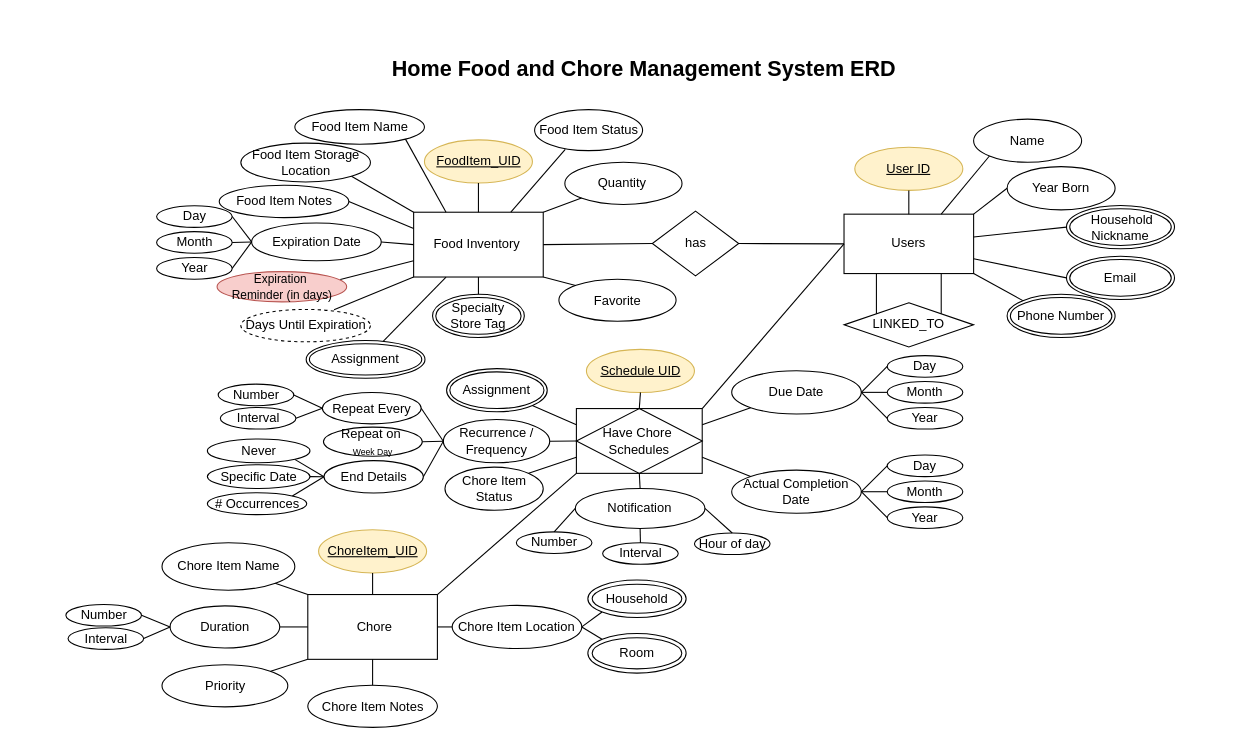
The draw.io diagram Assignment 2/Assignment2ERD.drawio in k-wtamu/CIDM6330, before the edit. Source tidied: cells renumbered, new cells numbered last; positions are measured from the earlier drawing's top-left corner, leaving out a move shared by most shapes. Both pictures are drawn from the tidied source at 108%, with x=0, y=0 at pixel (50, 48).
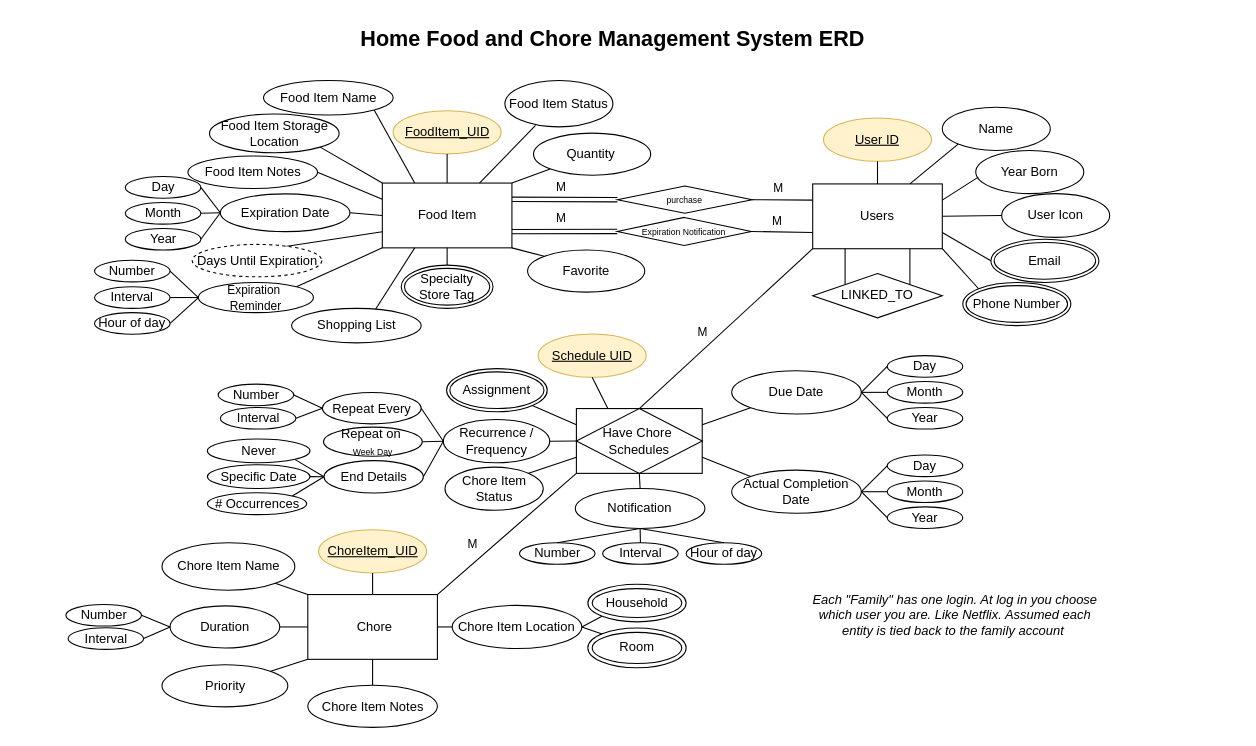
Above is the later version.

The change refers to these unchanged cells:
```xml
<mxCell id="71" value="Have Chore&amp;nbsp;&lt;div&gt;Schedules&lt;/div&gt;" style="shape=associativeEntity;whiteSpace=wrap;html=1;align=center;" parent="1" vertex="1">
  <mxGeometry x="487.2" y="333.8" width="116.5" height="60" as="geometry" />
</mxCell>
<mxCell id="74" style="endArrow=none;html=1;rounded=0;entryX=0;entryY=1;entryDx=0;entryDy=0;exitX=1;exitY=0;exitDx=0;exitDy=0;" parent="1" edge="1" source="3" target="71">
  <mxGeometry relative="1" as="geometry" />
</mxCell>
<mxCell id="98" value="Notification" style="ellipse;whiteSpace=wrap;html=1;" parent="1" vertex="1">
  <mxGeometry x="486.2" y="407.8" width="120" height="37" as="geometry" />
</mxCell>
```

Diff of the diagram source:
```diff
@@
     <mxCell id="2" value="Home Food and Chore Management System ERD" style="text;whiteSpace=wrap;fontStyle=1;fontSize=20;align=center;" parent="1" vertex="1">
-      <mxGeometry width="1100" height="40" as="geometry" />
+      <mxGeometry x="-29" y="-27" width="1100" height="40" as="geometry" />
     </mxCell>
@@
     <mxCell id="4" value="Expiration Date" style="ellipse;whiteSpace=wrap;html=1;" parent="1" vertex="1">
-      <mxGeometry x="186.5" y="162" width="120" height="35" as="geometry" />
+      <mxGeometry x="157.5" y="135" width="120" height="35" as="geometry" />
     </mxCell>
     <mxCell id="5" value="Day" style="ellipse;whiteSpace=wrap;html=1;" parent="1" vertex="1">
-      <mxGeometry x="98.5" y="146" width="70" height="20" as="geometry" />
+      <mxGeometry x="69.5" y="119" width="70" height="20" as="geometry" />
     </mxCell>
     <mxCell id="6" value="Month" style="ellipse;whiteSpace=wrap;html=1;" parent="1" vertex="1">
-      <mxGeometry x="98.5" y="170" width="70" height="20" as="geometry" />
+      <mxGeometry x="69.5" y="143" width="70" height="20" as="geometry" />
     </mxCell>
     <mxCell id="7" value="Year" style="ellipse;whiteSpace=wrap;html=1;" parent="1" vertex="1">
-      <mxGeometry x="98.5" y="194" width="70" height="20" as="geometry" />
+      <mxGeometry x="69.5" y="167" width="70" height="20" as="geometry" />
     </mxCell>
@@
     <mxCell id="11" value="Food Item Storage Location" style="ellipse;whiteSpace=wrap;html=1;" parent="1" vertex="1">
-      <mxGeometry x="176.5" y="88" width="120" height="36" as="geometry" />
+      <mxGeometry x="147.5" y="61" width="120" height="36" as="geometry" />
     </mxCell>
     <mxCell id="12" value="Food Item Name" style="ellipse;whiteSpace=wrap;html=1;" parent="1" vertex="1">
-      <mxGeometry x="226.5" y="57" width="120" height="32" as="geometry" />
+      <mxGeometry x="197.5" y="30" width="120" height="32" as="geometry" />
     </mxCell>
-    <mxCell id="13" value="Food Inventory&amp;nbsp;" style="rounded=0;whiteSpace=wrap;html=1;" parent="1" vertex="1">
-      <mxGeometry x="336.5" y="152" width="120" height="60" as="geometry" />
+    <mxCell id="13" value="Food Item" style="rounded=0;whiteSpace=wrap;html=1;" parent="1" vertex="1">
+      <mxGeometry x="307.5" y="125" width="120" height="60" as="geometry" />
     </mxCell>
     <mxCell id="14" value="Food Item Status" style="ellipse;whiteSpace=wrap;html=1;" parent="1" vertex="1">
-      <mxGeometry x="448.5" y="57" width="100" height="38" as="geometry" />
+      <mxGeometry x="421" y="30" width="100" height="43" as="geometry" />
     </mxCell>
@@
     <mxCell id="19" value="Food Item Notes" style="ellipse;whiteSpace=wrap;html=1;" parent="1" vertex="1">
-      <mxGeometry x="156.5" y="127" width="120" height="30" as="geometry" />
+      <mxGeometry x="127.5" y="100" width="120" height="30" as="geometry" />
     </mxCell>
     <mxCell id="20" value="FoodItem_UID" style="ellipse;whiteSpace=wrap;html=1;align=center;fontStyle=4;fillColor=#fff2cc;strokeColor=#d6b656;" parent="1" vertex="1">
-      <mxGeometry x="346.5" y="85" width="100" height="40" as="geometry" />
+      <mxGeometry x="317.5" y="58" width="100" height="40" as="geometry" />
     </mxCell>
-    <mxCell id="21" value="Days Until Expiration" style="ellipse;whiteSpace=wrap;html=1;align=center;dashed=1;" parent="1" vertex="1">
-      <mxGeometry x="176.5" y="242" width="120" height="30" as="geometry" />
-    </mxCell>
     <mxCell id="22" value="Users" style="rounded=0;whiteSpace=wrap;html=1;" parent="1" vertex="1">
-      <mxGeometry x="735" y="153.8" width="120" height="55" as="geometry" />
+      <mxGeometry x="706" y="125.8" width="120" height="60" as="geometry" />
     </mxCell>
     <mxCell id="23" value="Name" style="ellipse;whiteSpace=wrap;html=1;" parent="1" vertex="1">
-      <mxGeometry x="855" y="65.8" width="100" height="40" as="geometry" />
+      <mxGeometry x="826" y="54.8" width="100" height="40" as="geometry" />
     </mxCell>
     <mxCell id="24" value="Year Born" style="ellipse;whiteSpace=wrap;html=1;" parent="1" vertex="1">
-      <mxGeometry x="886" y="109.8" width="100" height="40" as="geometry" />
+      <mxGeometry x="857" y="94.8" width="100" height="40" as="geometry" />
     </mxCell>
     <mxCell id="25" value="Phone Number" style="ellipse;shape=doubleEllipse;margin=3;whiteSpace=wrap;html=1;align=center;" parent="1" vertex="1">
-      <mxGeometry x="886" y="228" width="100" height="40" as="geometry" />
+      <mxGeometry x="845" y="217" width="100" height="40" as="geometry" />
     </mxCell>
     <mxCell id="26" value="Email" style="ellipse;shape=doubleEllipse;margin=3;whiteSpace=wrap;html=1;align=center;" parent="1" vertex="1">
-      <mxGeometry x="941" y="192.8" width="100" height="40" as="geometry" />
+      <mxGeometry x="871" y="177" width="100" height="40" as="geometry" />
     </mxCell>
-    <mxCell id="27" value="&amp;nbsp;Household Nickname" style="ellipse;shape=doubleEllipse;margin=3;whiteSpace=wrap;html=1;align=center;" parent="1" vertex="1">
-      <mxGeometry x="941" y="145.8" width="100" height="40" as="geometry" />
-    </mxCell>
     <mxCell id="28" value="&lt;u&gt;User ID&lt;/u&gt;" style="ellipse;whiteSpace=wrap;html=1;align=center;fillColor=#fff2cc;strokeColor=#d6b656;" parent="1" vertex="1">
-      <mxGeometry x="745" y="91.8" width="100" height="40" as="geometry" />
+      <mxGeometry x="716" y="64.8" width="100" height="40" as="geometry" />
     </mxCell>
@@
-    <mxCell id="32" style="endArrow=none;html=1;rounded=0;entryX=0;entryY=0.5;entryDx=0;entryDy=0;exitX=1;exitY=0;exitDx=0;exitDy=0;" parent="1" edge="1" source="22" target="24">
+    <mxCell id="32" style="endArrow=none;html=1;rounded=0;entryX=0.023;entryY=0.618;entryDx=0;entryDy=0;exitX=1;exitY=0.25;exitDx=0;exitDy=0;entryPerimeter=0;" parent="1" edge="1" source="22" target="24">
       <mxGeometry relative="1" as="geometry" />
     </mxCell>
-    <mxCell id="33" style="endArrow=none;html=1;rounded=0;exitX=0;exitY=0.5;exitDx=0;exitDy=0;" parent="1" edge="1" source="27" target="22">
-      <mxGeometry relative="1" as="geometry" />
-    </mxCell>
@@
-    <mxCell id="35" value="has" style="shape=rhombus;perimeter=rhombusPerimeter;whiteSpace=wrap;html=1;align=center;" parent="1" vertex="1">
-      <mxGeometry x="557.5" y="151" width="80" height="60" as="geometry" />
+    <mxCell id="35" value="&lt;font style=&quot;font-size: 8px;&quot;&gt;purchase&lt;/font&gt;" style="shape=rhombus;perimeter=rhombusPerimeter;whiteSpace=wrap;html=1;align=center;" parent="1" vertex="1">
+      <mxGeometry x="525.2" y="127.8" width="124.8" height="25.2" as="geometry" />
     </mxCell>
     <mxCell id="36" value="Quantity&amp;nbsp;" style="ellipse;whiteSpace=wrap;html=1;" parent="1" vertex="1">
-      <mxGeometry x="476.5" y="105.8" width="108.5" height="39" as="geometry" />
+      <mxGeometry x="447.5" y="78.8" width="108.5" height="39" as="geometry" />
     </mxCell>
@@
     <mxCell id="55" value="Specialty Store Tag" style="ellipse;shape=doubleEllipse;margin=3;whiteSpace=wrap;html=1;align=center;" parent="1" vertex="1">
-      <mxGeometry x="354" y="228" width="85" height="40" as="geometry" />
+      <mxGeometry x="325" y="201" width="85" height="40" as="geometry" />
     </mxCell>
-    <mxCell id="56" value="Assignment" style="ellipse;shape=doubleEllipse;margin=3;whiteSpace=wrap;html=1;align=center;" parent="1" vertex="1">
-      <mxGeometry x="237" y="270.8" width="110" height="35" as="geometry" />
-    </mxCell>
     <mxCell id="57" value="LINKED_TO" style="shape=rhombus;perimeter=rhombusPerimeter;whiteSpace=wrap;html=1;align=center;" parent="1" vertex="1">
-      <mxGeometry x="735" y="235.8" width="120" height="41" as="geometry" />
+      <mxGeometry x="706" y="208.8" width="120" height="41" as="geometry" />
     </mxCell>
@@
-    <mxCell id="60" style="endArrow=none;html=1;rounded=0;entryX=0;entryY=0.5;entryDx=0;entryDy=0;exitX=1;exitY=0;exitDx=0;exitDy=0;" parent="1" edge="1" source="71" target="22">
+    <mxCell id="60" style="endArrow=none;html=1;rounded=0;entryX=0;entryY=1;entryDx=0;entryDy=0;exitX=0.5;exitY=0;exitDx=0;exitDy=0;" parent="1" edge="1" source="71" target="22">
       <mxGeometry relative="1" as="geometry" />
     </mxCell>
+    <mxCell id="125" value="M" style="edgeLabel;html=1;align=center;verticalAlign=middle;" parent="60" vertex="1">
+      <mxGeometry x="-0.21" y="2" relative="1" as="geometry">
+        <mxPoint x="-4" y="-12" as="offset" />
+      </mxGeometry>
+    </mxCell>
-    <mxCell id="61" style="endArrow=none;html=1;rounded=0;entryX=0;entryY=0.5;entryDx=0;entryDy=0;exitX=1;exitY=0.5;exitDx=0;exitDy=0;" parent="1" edge="1" source="35" target="22">
+    <mxCell id="61" style="endArrow=none;html=1;rounded=0;entryX=0;entryY=0.25;entryDx=0;entryDy=0;exitX=1;exitY=0.5;exitDx=0;exitDy=0;" parent="1" edge="1" source="35" target="22">
       <mxGeometry relative="1" as="geometry" />
     </mxCell>
+    <mxCell id="126" value="M" style="edgeLabel;html=1;align=center;verticalAlign=middle;" parent="61" vertex="1">
+      <mxGeometry x="-0.18" y="1" relative="1" as="geometry">
+        <mxPoint y="-10" as="offset" />
+      </mxGeometry>
+    </mxCell>
@@
-    <mxCell id="63" value="&lt;font style=&quot;font-size: 11px;&quot;&gt;Expiration&amp;nbsp;&lt;/font&gt;&lt;div&gt;&lt;font style=&quot;font-size: 11px;&quot;&gt;Reminder (in days)&lt;/font&gt;&lt;/div&gt;" style="ellipse;whiteSpace=wrap;html=1;fillColor=#f8cecc;strokeColor=#b85450;" parent="1" vertex="1">
-      <mxGeometry x="154.5" y="207" width="120" height="28" as="geometry" />
-    </mxCell>
@@
-    <mxCell id="65" style="endArrow=none;html=1;rounded=0;exitX=0.951;exitY=0.263;exitDx=0;exitDy=0;entryX=0;entryY=0.75;entryDx=0;entryDy=0;exitPerimeter=0;" parent="1" edge="1" source="63" target="13">
+    <mxCell id="65" style="endArrow=none;html=1;rounded=0;entryX=0;entryY=0.75;entryDx=0;entryDy=0;exitX=0.707;exitY=0.075;exitDx=0;exitDy=0;exitPerimeter=0;" parent="1" edge="1" source="21" target="13">
       <mxGeometry relative="1" as="geometry" />
     </mxCell>
-    <mxCell id="66" style="endArrow=none;html=1;rounded=0;entryX=0;entryY=1;entryDx=0;entryDy=0;exitX=0.719;exitY=0.01;exitDx=0;exitDy=0;exitPerimeter=0;" parent="1" edge="1" source="21" target="13">
+    <mxCell id="66" style="endArrow=none;html=1;rounded=0;entryX=0;entryY=1;entryDx=0;entryDy=0;exitX=1;exitY=0;exitDx=0;exitDy=0;" parent="1" edge="1" source="132" target="13">
       <mxGeometry relative="1" as="geometry" />
     </mxCell>
-    <mxCell id="67" style="endArrow=none;html=1;rounded=0;entryX=0.25;entryY=1;entryDx=0;entryDy=0;" parent="1" edge="1" source="56" target="13">
+    <mxCell id="67" style="endArrow=none;html=1;rounded=0;entryX=0.25;entryY=1;entryDx=0;entryDy=0;exitX=0.637;exitY=0.091;exitDx=0;exitDy=0;exitPerimeter=0;" parent="1" edge="1" source="146" target="13">
       <mxGeometry relative="1" as="geometry" />
     </mxCell>
@@
-    <mxCell id="70" style="endArrow=none;html=1;rounded=0;exitX=0;exitY=0.5;exitDx=0;exitDy=0;entryX=1;entryY=0.5;entryDx=0;entryDy=0;" parent="1" edge="1" source="35" target="13">
-      <mxGeometry relative="1" as="geometry" />
-    </mxCell>
@@
-    <mxCell id="72" value="&lt;u&gt;Schedule UID&lt;/u&gt;" style="ellipse;whiteSpace=wrap;html=1;align=center;fillColor=#fff2cc;strokeColor=#d6b656;" parent="1" vertex="1">
-      <mxGeometry x="496.5" y="279" width="100" height="40" as="geometry" />
-    </mxCell>
-    <mxCell id="73" style="endArrow=none;html=1;rounded=0;entryX=0.5;entryY=1;entryDx=0;entryDy=0;exitX=0.5;exitY=0;exitDx=0;exitDy=0;" parent="1" edge="1" source="71" target="72">
-      <mxGeometry relative="1" as="geometry" />
-    </mxCell>
@@
+    <mxCell id="127" value="M" style="edgeLabel;html=1;align=center;verticalAlign=middle;" parent="74" vertex="1">
+      <mxGeometry x="-0.25" relative="1" as="geometry">
+        <mxPoint x="-16" y="-5" as="offset" />
+      </mxGeometry>
+    </mxCell>
@@
     <mxCell id="102" value="Number" style="ellipse;whiteSpace=wrap;html=1;" parent="1" vertex="1">
-      <mxGeometry x="431.6" y="448" width="70" height="20" as="geometry" />
+      <mxGeometry x="434.5" y="458" width="70" height="20" as="geometry" />
     </mxCell>
@@
     <mxCell id="104" value="Hour of day" style="ellipse;whiteSpace=wrap;html=1;" parent="1" vertex="1">
-      <mxGeometry x="596.5" y="449" width="70" height="20" as="geometry" />
+      <mxGeometry x="588.8" y="458" width="70" height="20" as="geometry" />
     </mxCell>
@@
     <mxCell id="106" value="Favorite" style="ellipse;whiteSpace=wrap;html=1;" parent="1" vertex="1">
-      <mxGeometry x="471" y="214" width="108.5" height="39" as="geometry" />
+      <mxGeometry x="442" y="187" width="108.5" height="39" as="geometry" />
     </mxCell>
@@
     <mxCell id="115" value="Household" style="ellipse;shape=doubleEllipse;whiteSpace=wrap;html=1;" parent="1" vertex="1">
-      <mxGeometry x="497.8" y="492.5" width="91" height="34.8" as="geometry" />
+      <mxGeometry x="497.8" y="496.5" width="91" height="34.8" as="geometry" />
     </mxCell>
     <mxCell id="116" value="Room" style="ellipse;shape=doubleEllipse;whiteSpace=wrap;html=1;" parent="1" vertex="1">
-      <mxGeometry x="497.8" y="542" width="91" height="36.8" as="geometry" />
+      <mxGeometry x="497.8" y="537" width="91" height="36.8" as="geometry" />
     </mxCell>
@@
-    <mxCell id="120" style="endArrow=none;html=1;rounded=0;exitX=0.5;exitY=0;exitDx=0;exitDy=0;entryX=0;entryY=0.5;entryDx=0;entryDy=0;" parent="1" edge="1" source="102" target="98">
+    <mxCell id="120" style="endArrow=none;html=1;rounded=0;exitX=0.5;exitY=0;exitDx=0;exitDy=0;entryX=0.5;entryY=1;entryDx=0;entryDy=0;" parent="1" edge="1" source="102" target="98">
       <mxGeometry relative="1" as="geometry" />
     </mxCell>
@@
-    <mxCell id="124" style="endArrow=none;html=1;rounded=0;entryX=1;entryY=0.5;entryDx=0;entryDy=0;exitX=0.5;exitY=0;exitDx=0;exitDy=0;" parent="1" edge="1" source="104" target="98">
+    <mxCell id="124" style="endArrow=none;html=1;rounded=0;entryX=0.5;entryY=1;entryDx=0;entryDy=0;exitX=0.5;exitY=0;exitDx=0;exitDy=0;" parent="1" edge="1" source="104" target="98">
       <mxGeometry relative="1" as="geometry" />
     </mxCell>
+    <mxCell id="72" value="&lt;u&gt;Schedule UID&lt;/u&gt;" style="ellipse;whiteSpace=wrap;html=1;align=center;fillColor=#fff2cc;strokeColor=#d6b656;" parent="1" vertex="1">
+      <mxGeometry x="451.8" y="264.8" width="100" height="40" as="geometry" />
+    </mxCell>
+    <mxCell id="128" style="endArrow=none;html=1;rounded=0;exitX=0.5;exitY=1;exitDx=0;exitDy=0;entryX=0.25;entryY=0;entryDx=0;entryDy=0;" parent="1" edge="1" source="72" target="71">
+      <mxGeometry relative="1" as="geometry" />
+    </mxCell>
+    <mxCell id="129" value="Number" style="ellipse;whiteSpace=wrap;html=1;" parent="1" vertex="1">
+      <mxGeometry x="41" y="196.5" width="70" height="20" as="geometry" />
+    </mxCell>
+    <mxCell id="130" value="Interval" style="ellipse;whiteSpace=wrap;html=1;" parent="1" vertex="1">
+      <mxGeometry x="41" y="221" width="70" height="20" as="geometry" />
+    </mxCell>
+    <mxCell id="131" value="Hour of day" style="ellipse;whiteSpace=wrap;html=1;" parent="1" vertex="1">
+      <mxGeometry x="41" y="245" width="70" height="20" as="geometry" />
+    </mxCell>
+    <mxCell id="132" value="&lt;font style=&quot;font-size: 11px;&quot;&gt;Expiration&amp;nbsp;&lt;/font&gt;&lt;div&gt;&lt;font style=&quot;font-size: 11px;&quot;&gt;Reminder&lt;/font&gt;&lt;/div&gt;" style="ellipse;whiteSpace=wrap;html=1;" parent="1" vertex="1">
+      <mxGeometry x="137.2" y="217" width="106.5" height="28" as="geometry" />
+    </mxCell>
+    <mxCell id="21" value="Days Until Expiration" style="ellipse;whiteSpace=wrap;html=1;align=center;dashed=1;" parent="1" vertex="1">
+      <mxGeometry x="131.5" y="181.8" width="120" height="30" as="geometry" />
+    </mxCell>
+    <mxCell id="133" style="endArrow=none;html=1;rounded=0;exitX=1;exitY=0.5;exitDx=0;exitDy=0;entryX=0;entryY=0.5;entryDx=0;entryDy=0;" parent="1" edge="1" source="130" target="132">
+      <mxGeometry relative="1" as="geometry" />
+    </mxCell>
+    <mxCell id="134" style="endArrow=none;html=1;rounded=0;exitX=1;exitY=0.5;exitDx=0;exitDy=0;entryX=0;entryY=0.5;entryDx=0;entryDy=0;" parent="1" edge="1" source="131" target="132">
+      <mxGeometry relative="1" as="geometry" />
+    </mxCell>
+    <mxCell id="135" style="endArrow=none;html=1;rounded=0;exitX=1;exitY=0.5;exitDx=0;exitDy=0;entryX=0;entryY=0.5;entryDx=0;entryDy=0;" parent="1" edge="1" source="129" target="132">
+      <mxGeometry relative="1" as="geometry" />
+    </mxCell>
+    <mxCell id="136" style="shape=link;html=1;rounded=0;exitX=1;exitY=0.25;exitDx=0;exitDy=0;entryX=0;entryY=0.5;entryDx=0;entryDy=0;" parent="1" edge="1" source="13" target="35">
+      <mxGeometry relative="1" as="geometry" />
+    </mxCell>
+    <mxCell id="137" value="M" style="edgeLabel;html=1;align=center;verticalAlign=middle;" parent="136" vertex="1">
+      <mxGeometry x="-0.07" y="1" relative="1" as="geometry">
+        <mxPoint y="-11" as="offset" />
+      </mxGeometry>
+    </mxCell>
+    <mxCell id="138" value="&lt;i&gt;Each &quot;Family&quot; has one login. At log in you choose which user you are. Like Netflix. Assumed each entity is tied back to the family account&amp;nbsp;&lt;/i&gt;" style="text;html=1;align=center;verticalAlign=middle;whiteSpace=wrap;rounded=0;" parent="1" vertex="1">
+      <mxGeometry x="705" y="504.2" width="266" height="42" as="geometry" />
+    </mxCell>
+    <mxCell id="139" value="User Icon" style="ellipse;whiteSpace=wrap;html=1;" parent="1" vertex="1">
+      <mxGeometry x="881" y="134.8" width="100" height="40.5" as="geometry" />
+    </mxCell>
+    <mxCell id="140" style="endArrow=none;html=1;rounded=0;exitX=1;exitY=0.5;exitDx=0;exitDy=0;entryX=0;entryY=0.5;entryDx=0;entryDy=0;" parent="1" edge="1" source="22" target="139">
+      <mxGeometry relative="1" as="geometry" />
+    </mxCell>
+    <mxCell id="141" value="&lt;font style=&quot;font-size: 8px;&quot;&gt;Expiration Notification&lt;/font&gt;" style="shape=rhombus;perimeter=rhombusPerimeter;whiteSpace=wrap;html=1;align=center;" parent="1" vertex="1">
+      <mxGeometry x="525" y="156.8" width="124.2" height="26" as="geometry" />
+    </mxCell>
+    <mxCell id="142" style="endArrow=none;html=1;rounded=0;exitX=1;exitY=0.5;exitDx=0;exitDy=0;entryX=0;entryY=0.75;entryDx=0;entryDy=0;" parent="1" edge="1" source="141" target="22">
+      <mxGeometry relative="1" as="geometry" />
+    </mxCell>
+    <mxCell id="143" value="M" style="edgeLabel;html=1;align=center;verticalAlign=middle;" parent="142" vertex="1">
+      <mxGeometry x="-0.18" y="1" relative="1" as="geometry">
+        <mxPoint y="-10" as="offset" />
+      </mxGeometry>
+    </mxCell>
+    <mxCell id="144" style="shape=link;html=1;rounded=0;entryX=0;entryY=0.5;entryDx=0;entryDy=0;exitX=1;exitY=0.75;exitDx=0;exitDy=0;" parent="1" edge="1" source="13" target="141">
+      <mxGeometry relative="1" as="geometry" />
+    </mxCell>
+    <mxCell id="145" value="M" style="edgeLabel;html=1;align=center;verticalAlign=middle;" parent="144" vertex="1">
+      <mxGeometry x="-0.07" y="1" relative="1" as="geometry">
+        <mxPoint y="-11" as="offset" />
+      </mxGeometry>
+    </mxCell>
+    <mxCell id="146" value="Shopping List" style="ellipse;whiteSpace=wrap;html=1;" parent="1" vertex="1">
+      <mxGeometry x="223.5" y="241" width="120" height="32" as="geometry" />
+    </mxCell>
```
